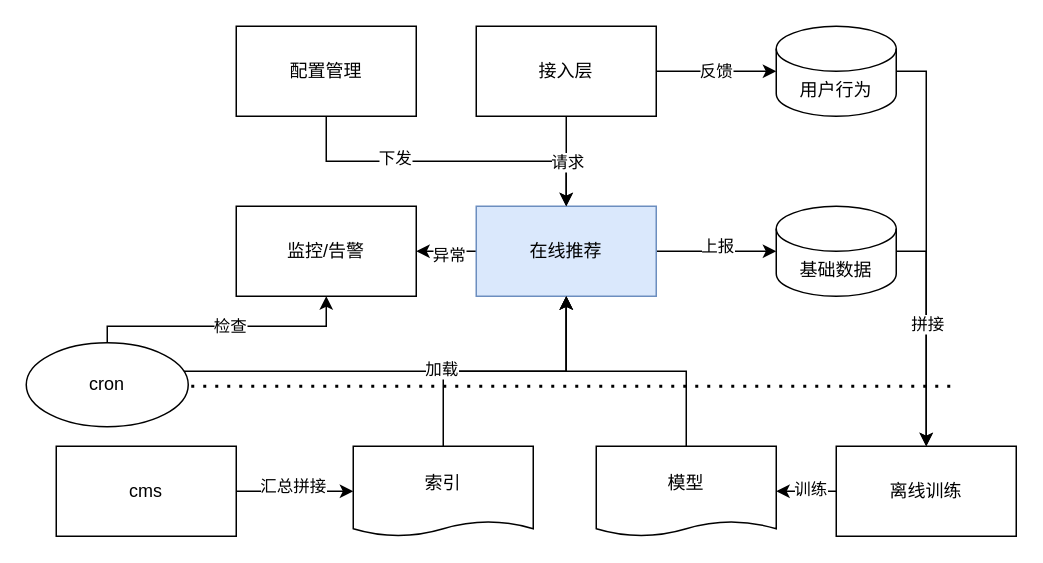
The draw.io diagram page "新闻架构" (1 of 9) of news.drawio in d0ngjun/drawio, before the edit. Source tidied: cells renumbered, new cells numbered last; positions are measured from the earlier drawing's top-left corner, leaving out a move shared by most shapes. Both pictures are drawn from the tidied source at 150%, with x=0, y=0 at pixel (26, 26).
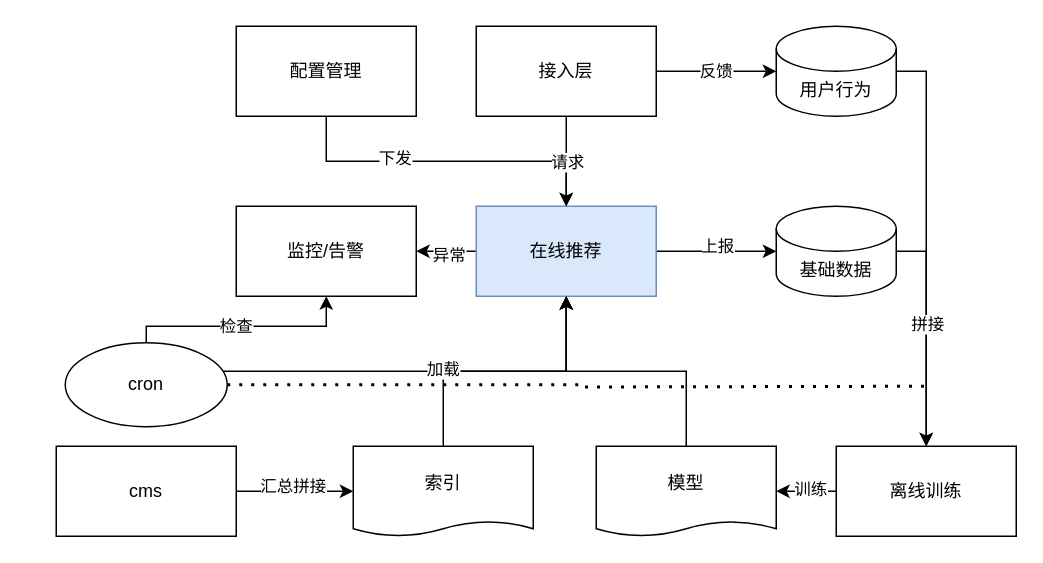
After the change.

The change refers to these unchanged cells:
```xml
<mxCell id="9" value="监控/告警" style="rounded=0;whiteSpace=wrap;html=1;" parent="1" vertex="1">
  <mxGeometry x="140" y="120" width="120" height="60" as="geometry" />
</mxCell>
<mxCell id="27" style="edgeStyle=orthogonalEdgeStyle;rounded=0;jettySize=auto;html=1;entryX=0.5;entryY=1;entryDx=0;entryDy=0;" parent="1" edge="1" source="29" target="8">
  <mxGeometry relative="1" as="geometry">
    <Array as="points">
      <mxPoint x="360" y="230" />
    </Array>
  </mxGeometry>
</mxCell>
```

Change to the diagram source:
```diff
@@
     <mxCell id="25" style="edgeStyle=orthogonalEdgeStyle;rounded=0;jettySize=auto;html=1;exitX=0.5;exitY=0;exitDx=0;exitDy=0;entryX=0.5;entryY=1;entryDx=0;entryDy=0;" parent="1" edge="1" source="29" target="9">
       <mxGeometry relative="1" as="geometry">
         <Array as="points">
-          <mxPoint x="54" y="200" />
+          <mxPoint x="80" y="200" />
           <mxPoint x="200" y="200" />
         </Array>
       </mxGeometry>
     </mxCell>
     <mxCell id="26" value="检查" style="edgeLabel;html=1;align=center;verticalAlign=middle;" parent="25" vertex="1">
       <mxGeometry x="0.04" y="-3" relative="1" as="geometry">
-        <mxPoint y="-4" as="offset" />
+        <mxPoint x="-9" y="-4" as="offset" />
       </mxGeometry>
     </mxCell>
@@
     <mxCell id="28" value="加载" style="edgeLabel;html=1;align=center;verticalAlign=middle;" parent="27" vertex="1">
       <mxGeometry x="-0.23" y="2" relative="1" as="geometry">
-        <mxPoint x="54" as="offset" />
+        <mxPoint x="39" as="offset" />
       </mxGeometry>
     </mxCell>
     <mxCell id="29" value="cron" style="ellipse;whiteSpace=wrap;html=1;" parent="1" vertex="1">
-      <mxGeometry y="211" width="108" height="56" as="geometry" />
+      <mxGeometry x="26" y="211" width="108" height="56" as="geometry" />
     </mxCell>
-    <mxCell id="30" style="endArrow=none;dashed=1;html=1;dashPattern=1 3;strokeWidth=2;rounded=0;edgeStyle=orthogonalEdgeStyle;" parent="1" edge="1">
+    <mxCell id="30" style="endArrow=none;dashed=1;html=1;dashPattern=1 3;strokeWidth=2;rounded=0;edgeStyle=orthogonalEdgeStyle;exitX=1;exitY=0.5;exitDx=0;exitDy=0;" parent="1" edge="1" source="29">
       <mxGeometry relative="1" as="geometry">
-        <mxPoint x="110" y="240" as="sourcePoint" />
-        <mxPoint x="620" y="240" as="targetPoint" />
+        <mxPoint x="600" y="240" as="targetPoint" />
       </mxGeometry>
     </mxCell>
```
